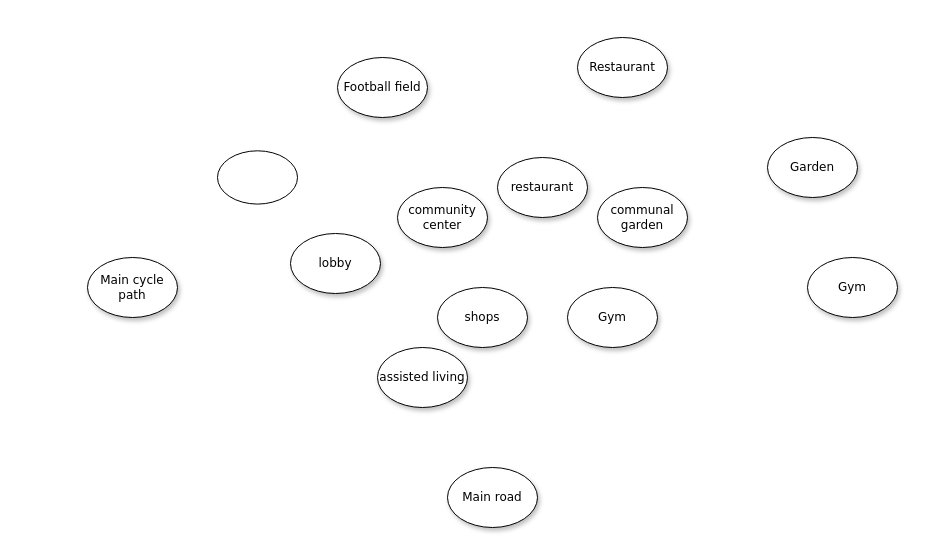
This is webpage/docs/pdf/context connections.drawio from Demnity/spatial_computing, a draw.io file, before an edit. Source tidied: cells renumbered, new cells numbered last; positions are measured from the earlier drawing's top-left corner, leaving out a move shared by most shapes. Both pictures are drawn from the tidied source at 100%, with x=0, y=0 at pixel (87, 37).
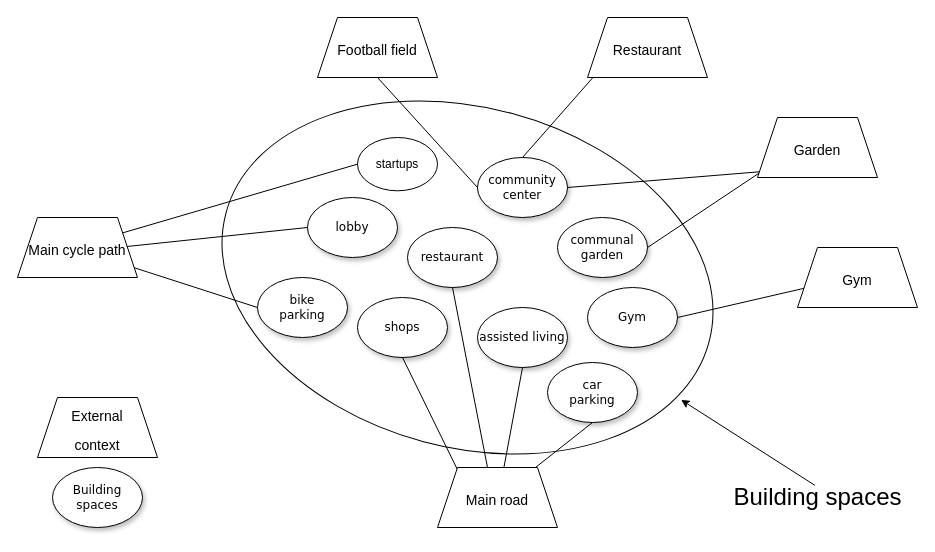
The same diagram, later.

Diff of the diagram source:
```diff
@@
-    <mxCell id="2" value="Restaurant" style="ellipse;whiteSpace=wrap;html=1;rounded=0;shadow=1;comic=0;labelBackgroundColor=none;strokeWidth=1;fontFamily=Verdana;fontSize=12;align=center;" parent="1" vertex="1">
-      <mxGeometry x="490" width="90" height="60" as="geometry" />
-    </mxCell>
-    <mxCell id="3" value="Garden" style="ellipse;whiteSpace=wrap;html=1;rounded=0;shadow=1;comic=0;labelBackgroundColor=none;strokeWidth=1;fontFamily=Verdana;fontSize=12;align=center;" parent="1" vertex="1">
-      <mxGeometry x="680" y="100" width="90" height="60" as="geometry" />
-    </mxCell>
-    <mxCell id="4" value="Gym" style="ellipse;whiteSpace=wrap;html=1;rounded=0;shadow=1;comic=0;labelBackgroundColor=none;strokeWidth=1;fontFamily=Verdana;fontSize=12;align=center;" parent="1" vertex="1">
-      <mxGeometry x="720" y="220" width="90" height="60" as="geometry" />
-    </mxCell>
-    <mxCell id="5" value="Main road" style="ellipse;whiteSpace=wrap;html=1;rounded=0;shadow=1;comic=0;labelBackgroundColor=none;strokeWidth=1;fontFamily=Verdana;fontSize=12;align=center;" parent="1" vertex="1">
-      <mxGeometry x="360" y="430" width="90" height="60" as="geometry" />
-    </mxCell>
-    <mxCell id="6" value="Main cycle path" style="ellipse;whiteSpace=wrap;html=1;rounded=0;shadow=1;comic=0;labelBackgroundColor=none;strokeWidth=1;fontFamily=Verdana;fontSize=12;align=center;" parent="1" vertex="1">
-      <mxGeometry y="220" width="90" height="60" as="geometry" />
-    </mxCell>
+    <mxCell id="16" style="ellipse;whiteSpace=wrap;html=1;rotation=15;" parent="1" vertex="1">
+      <mxGeometry x="130" y="70" width="500" height="340" as="geometry" />
+    </mxCell>
     <mxCell id="7" value="community center" style="ellipse;whiteSpace=wrap;html=1;rounded=0;shadow=1;comic=0;labelBackgroundColor=none;strokeWidth=1;fontFamily=Verdana;fontSize=12;align=center;" parent="1" vertex="1">
-      <mxGeometry x="310" y="150" width="90" height="60" as="geometry" />
+      <mxGeometry x="390" y="120" width="90" height="60" as="geometry" />
     </mxCell>
-    <mxCell id="8" value="Football field" style="ellipse;whiteSpace=wrap;html=1;rounded=0;shadow=1;comic=0;labelBackgroundColor=none;strokeWidth=1;fontFamily=Verdana;fontSize=12;align=center;" parent="1" vertex="1">
-      <mxGeometry x="250" y="20" width="90" height="60" as="geometry" />
-    </mxCell>
     <mxCell id="9" value="communal garden" style="ellipse;whiteSpace=wrap;html=1;rounded=0;shadow=1;comic=0;labelBackgroundColor=none;strokeWidth=1;fontFamily=Verdana;fontSize=12;align=center;" parent="1" vertex="1">
-      <mxGeometry x="510" y="150" width="90" height="60" as="geometry" />
+      <mxGeometry x="470" y="180" width="90" height="60" as="geometry" />
     </mxCell>
     <mxCell id="10" value="restaurant" style="ellipse;whiteSpace=wrap;html=1;rounded=0;shadow=1;comic=0;labelBackgroundColor=none;strokeWidth=1;fontFamily=Verdana;fontSize=12;align=center;" parent="1" vertex="1">
-      <mxGeometry x="410" y="120" width="90" height="60" as="geometry" />
+      <mxGeometry x="320" y="190" width="90" height="60" as="geometry" />
     </mxCell>
     <mxCell id="11" value="Gym" style="ellipse;whiteSpace=wrap;html=1;rounded=0;shadow=1;comic=0;labelBackgroundColor=none;strokeWidth=1;fontFamily=Verdana;fontSize=12;align=center;" parent="1" vertex="1">
-      <mxGeometry x="480" y="250" width="90" height="60" as="geometry" />
+      <mxGeometry x="500" y="250" width="90" height="60" as="geometry" />
     </mxCell>
     <mxCell id="12" value="shops" style="ellipse;whiteSpace=wrap;html=1;rounded=0;shadow=1;comic=0;labelBackgroundColor=none;strokeWidth=1;fontFamily=Verdana;fontSize=12;align=center;" parent="1" vertex="1">
-      <mxGeometry x="350" y="250" width="90" height="60" as="geometry" />
+      <mxGeometry x="270" y="260" width="90" height="60" as="geometry" />
     </mxCell>
     <mxCell id="13" value="lobby" style="ellipse;whiteSpace=wrap;html=1;rounded=0;shadow=1;comic=0;labelBackgroundColor=none;strokeWidth=1;fontFamily=Verdana;fontSize=12;align=center;" parent="1" vertex="1">
-      <mxGeometry x="203" y="196" width="90" height="60" as="geometry" />
+      <mxGeometry x="220" y="160" width="90" height="60" as="geometry" />
     </mxCell>
     <mxCell id="14" value="assisted living" style="ellipse;whiteSpace=wrap;html=1;rounded=0;shadow=1;comic=0;labelBackgroundColor=none;strokeWidth=1;fontFamily=Verdana;fontSize=12;align=center;" parent="1" vertex="1">
-      <mxGeometry x="290" y="310" width="90" height="60" as="geometry" />
+      <mxGeometry x="390" y="270" width="90" height="60" as="geometry" />
     </mxCell>
-    <mxCell id="15" style="ellipse;whiteSpace=wrap;html=1;" parent="1" vertex="1">
-      <mxGeometry x="130" y="113.3" width="80" height="53.3" as="geometry" />
+    <mxCell id="15" value="startups" style="ellipse;whiteSpace=wrap;html=1;" parent="1" vertex="1">
+      <mxGeometry x="270" y="100" width="80" height="53.3" as="geometry" />
     </mxCell>
+    <mxCell id="17" style="endArrow=none;html=1;rounded=0;exitX=1;exitY=0.5;exitDx=0;exitDy=0;entryX=0;entryY=0.5;entryDx=0;entryDy=0;" parent="1" edge="1" target="13">
+      <mxGeometry relative="1" as="geometry">
+        <mxPoint x="30" y="210" as="sourcePoint" />
+      </mxGeometry>
+    </mxCell>
+    <mxCell id="18" style="endArrow=none;html=1;rounded=0;entryX=0;entryY=0.5;entryDx=0;entryDy=0;" parent="1" edge="1" target="15">
+      <mxGeometry relative="1" as="geometry">
+        <mxPoint x="26.2" y="198" as="sourcePoint" />
+      </mxGeometry>
+    </mxCell>
+    <mxCell id="19" style="endArrow=none;html=1;rounded=0;entryX=0.5;entryY=1;entryDx=0;entryDy=0;exitX=0;exitY=0;exitDx=0;exitDy=0;" parent="1" edge="1" target="12">
+      <mxGeometry relative="1" as="geometry">
+        <mxPoint x="373.2" y="438.8" as="sourcePoint" />
+      </mxGeometry>
+    </mxCell>
+    <mxCell id="20" style="endArrow=none;html=1;rounded=0;exitX=0.622;exitY=0.037;exitDx=0;exitDy=0;entryX=0.5;entryY=1;entryDx=0;entryDy=0;exitPerimeter=0;" parent="1" edge="1" target="14">
+      <mxGeometry relative="1" as="geometry">
+        <mxPoint x="416" y="432.2" as="sourcePoint" />
+      </mxGeometry>
+    </mxCell>
+    <mxCell id="21" style="endArrow=none;html=1;rounded=0;exitX=1;exitY=0.5;exitDx=0;exitDy=0;entryX=0;entryY=0.5;entryDx=0;entryDy=0;" parent="1" edge="1" source="11">
+      <mxGeometry relative="1" as="geometry">
+        <mxPoint x="720" y="250" as="targetPoint" />
+      </mxGeometry>
+    </mxCell>
+    <mxCell id="22" style="endArrow=none;html=1;rounded=0;entryX=0;entryY=0.5;entryDx=0;entryDy=0;exitX=1;exitY=0.5;exitDx=0;exitDy=0;" parent="1" edge="1" source="9">
+      <mxGeometry relative="1" as="geometry">
+        <mxPoint x="680" y="130" as="targetPoint" />
+      </mxGeometry>
+    </mxCell>
+    <mxCell id="23" style="endArrow=none;html=1;rounded=0;exitX=0.5;exitY=1;exitDx=0;exitDy=0;" parent="1" edge="1" source="10">
+      <mxGeometry relative="1" as="geometry">
+        <mxPoint x="400" y="430" as="targetPoint" />
+      </mxGeometry>
+    </mxCell>
+    <mxCell id="24" style="endArrow=none;html=1;rounded=0;exitX=1;exitY=0.5;exitDx=0;exitDy=0;" parent="1" edge="1" source="7">
+      <mxGeometry relative="1" as="geometry">
+        <mxPoint x="680.3" y="133.6" as="targetPoint" />
+      </mxGeometry>
+    </mxCell>
+    <mxCell id="25" style="endArrow=none;html=1;rounded=0;entryX=0.5;entryY=1;entryDx=0;entryDy=0;exitX=0;exitY=0.5;exitDx=0;exitDy=0;" parent="1" edge="1" source="7">
+      <mxGeometry relative="1" as="geometry">
+        <mxPoint x="290" y="40" as="targetPoint" />
+      </mxGeometry>
+    </mxCell>
+    <mxCell id="26" style="endArrow=none;html=1;rounded=0;entryX=0;entryY=1;entryDx=0;entryDy=0;exitX=0.5;exitY=0;exitDx=0;exitDy=0;" parent="1" edge="1" source="7">
+      <mxGeometry relative="1" as="geometry">
+        <mxPoint x="513.2" y="31.2" as="targetPoint" />
+      </mxGeometry>
+    </mxCell>
+    <mxCell id="27" value="bike&lt;br&gt;parking" style="ellipse;whiteSpace=wrap;html=1;rounded=0;shadow=1;comic=0;labelBackgroundColor=none;strokeWidth=1;fontFamily=Verdana;fontSize=12;align=center;" parent="1" vertex="1">
+      <mxGeometry x="170" y="240" width="90" height="60" as="geometry" />
+    </mxCell>
+    <mxCell id="28" style="endArrow=none;html=1;rounded=0;exitX=0.978;exitY=0.737;exitDx=0;exitDy=0;exitPerimeter=0;entryX=0;entryY=0.5;entryDx=0;entryDy=0;" parent="1" edge="1" target="27">
+      <mxGeometry relative="1" as="geometry">
+        <mxPoint x="28" y="224.2" as="sourcePoint" />
+      </mxGeometry>
+    </mxCell>
+    <mxCell id="29" value="car&lt;br&gt;parking" style="ellipse;whiteSpace=wrap;html=1;rounded=0;shadow=1;comic=0;labelBackgroundColor=none;strokeWidth=1;fontFamily=Verdana;fontSize=12;align=center;" parent="1" vertex="1">
+      <mxGeometry x="460" y="325" width="90" height="60" as="geometry" />
+    </mxCell>
+    <mxCell id="30" style="endArrow=none;html=1;rounded=0;entryX=0.5;entryY=1;entryDx=0;entryDy=0;exitX=1;exitY=0;exitDx=0;exitDy=0;" parent="1" edge="1" target="29">
+      <mxGeometry relative="1" as="geometry">
+        <mxPoint x="436.8" y="438.8" as="sourcePoint" />
+      </mxGeometry>
+    </mxCell>
+    <mxCell id="31" value="&lt;font style=&quot;font-size: 24px&quot;&gt;Building spaces&lt;/font&gt;" style="text;html=1;align=center;verticalAlign=middle;points=[];strokeColor=none;fillColor=none;" parent="1" vertex="1">
+      <mxGeometry x="640" y="450" width="180" height="20" as="geometry" />
+    </mxCell>
+    <mxCell id="32" style="endArrow=classic;html=1;rounded=0;fontSize=24;entryX=0.976;entryY=0.685;entryDx=0;entryDy=0;entryPerimeter=0;exitX=0.486;exitY=-0.106;exitDx=0;exitDy=0;exitPerimeter=0;" parent="1" edge="1" source="31" target="16">
+      <mxGeometry relative="1" as="geometry" />
+    </mxCell>
+    <mxCell id="6" value="&lt;font style=&quot;font-size: 14px&quot;&gt;Main cycle path&lt;/font&gt;" style="shape=trapezoid;perimeter=trapezoidPerimeter;whiteSpace=wrap;html=1;fixedSize=1;fontSize=24;" parent="1" vertex="1">
+      <mxGeometry x="-70" y="180" width="120" height="60" as="geometry" />
+    </mxCell>
+    <mxCell id="5" value="&lt;font style=&quot;font-size: 14px&quot;&gt;Main road&lt;/font&gt;" style="shape=trapezoid;perimeter=trapezoidPerimeter;whiteSpace=wrap;html=1;fixedSize=1;fontSize=24;" parent="1" vertex="1">
+      <mxGeometry x="350" y="430" width="120" height="60" as="geometry" />
+    </mxCell>
+    <mxCell id="4" value="&lt;font style=&quot;font-size: 14px&quot;&gt;Gym&lt;/font&gt;" style="shape=trapezoid;perimeter=trapezoidPerimeter;whiteSpace=wrap;html=1;fixedSize=1;fontSize=24;" parent="1" vertex="1">
+      <mxGeometry x="710" y="210" width="120" height="60" as="geometry" />
+    </mxCell>
+    <mxCell id="3" value="&lt;font style=&quot;font-size: 14px&quot;&gt;Garden&lt;/font&gt;" style="shape=trapezoid;perimeter=trapezoidPerimeter;whiteSpace=wrap;html=1;fixedSize=1;fontSize=24;" parent="1" vertex="1">
+      <mxGeometry x="670" y="80" width="120" height="60" as="geometry" />
+    </mxCell>
+    <mxCell id="2" value="&lt;font style=&quot;font-size: 14px&quot;&gt;Restaurant&lt;/font&gt;" style="shape=trapezoid;perimeter=trapezoidPerimeter;whiteSpace=wrap;html=1;fixedSize=1;fontSize=24;" parent="1" vertex="1">
+      <mxGeometry x="500" y="-20" width="120" height="60" as="geometry" />
+    </mxCell>
+    <mxCell id="8" value="&lt;font style=&quot;font-size: 14px&quot;&gt;Football field&lt;/font&gt;" style="shape=trapezoid;perimeter=trapezoidPerimeter;whiteSpace=wrap;html=1;fixedSize=1;fontSize=24;" parent="1" vertex="1">
+      <mxGeometry x="230" y="-20" width="120" height="60" as="geometry" />
+    </mxCell>
+    <mxCell id="33" value="&lt;font style=&quot;font-size: 14px&quot;&gt;External&lt;br&gt;context&lt;br&gt;&lt;/font&gt;" style="shape=trapezoid;perimeter=trapezoidPerimeter;whiteSpace=wrap;html=1;fixedSize=1;fontSize=24;" parent="1" vertex="1">
+      <mxGeometry x="-50" y="360" width="120" height="60" as="geometry" />
+    </mxCell>
+    <mxCell id="34" value="Building&lt;br&gt;spaces" style="ellipse;whiteSpace=wrap;html=1;rounded=0;shadow=1;comic=0;labelBackgroundColor=none;strokeWidth=1;fontFamily=Verdana;fontSize=12;align=center;" parent="1" vertex="1">
+      <mxGeometry x="-35" y="430" width="90" height="60" as="geometry" />
+    </mxCell>
```
